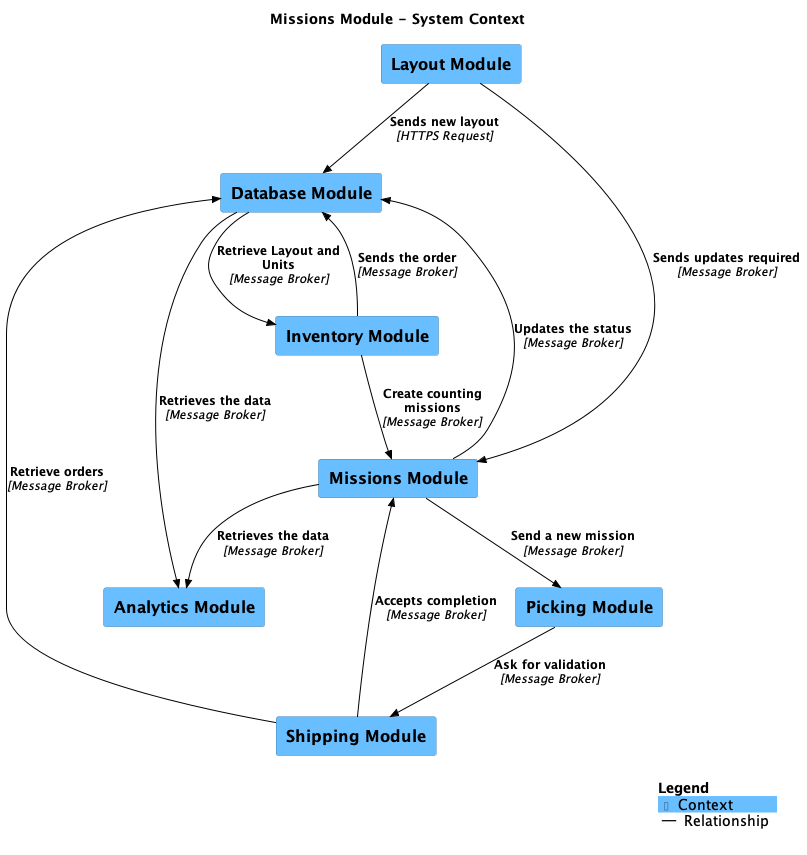
The PlantUML diagram main/png/SystemContext-003.png in SLC-wms/DSL-Architecture, before a commit.
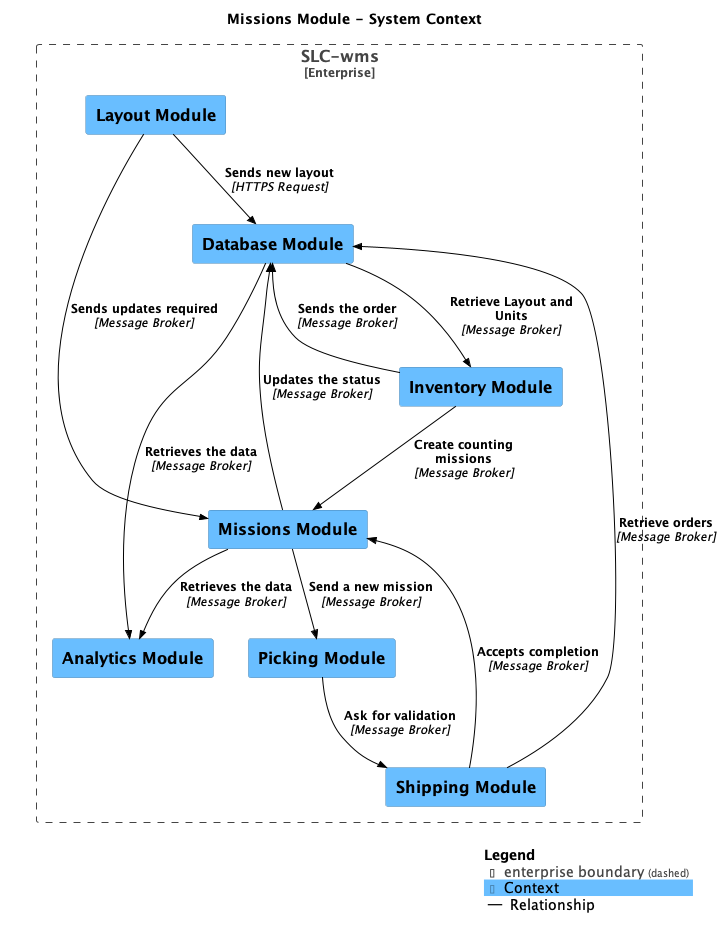
After the commit.

What changed in the source:
```diff
@@ -11,13 +11,16 @@
 
 AddRelTag("Relationship", $textColor="#000000", $lineColor="#000000", $lineStyle = "")
 
-System(LayoutModule, "Layout Module", $descr="", $tags="Context", $link="")
-System(PickingModule, "Picking Module", $descr="", $tags="Context", $link="")
-System(ShippingModule, "Shipping Module", $descr="", $tags="Context", $link="")
-System(AnalyticsModule, "Analytics Module", $descr="", $tags="Context", $link="")
-System(DatabaseModule, "Database Module", $descr="", $tags="Context", $link="")
-System(MissionsModule, "Missions Module", $descr="", $tags="Context", $link="")
-System(InventoryModule, "Inventory Module", $descr="", $tags="Context", $link="")
+Enterprise_Boundary(enterprise, "SLC-wms") {
+  System(LayoutModule, "Layout Module", $descr="", $tags="Context", $link="")
+  System(PickingModule, "Picking Module", $descr="", $tags="Context", $link="")
+  System(ShippingModule, "Shipping Module", $descr="", $tags="Context", $link="")
+  System(AnalyticsModule, "Analytics Module", $descr="", $tags="Context", $link="")
+  System(DatabaseModule, "Database Module", $descr="", $tags="Context", $link="")
+  System(MissionsModule, "Missions Module", $descr="", $tags="Context", $link="")
+  System(InventoryModule, "Inventory Module", $descr="", $tags="Context", $link="")
+}
+
 
 Rel_D(ShippingModule, DatabaseModule, "Retrieve orders", $techn="Message Broker", $tags="Relationship", $link="")
 Rel_D(ShippingModule, MissionsModule, "Accepts completion", $techn="Message Broker", $tags="Relationship", $link="")
```
